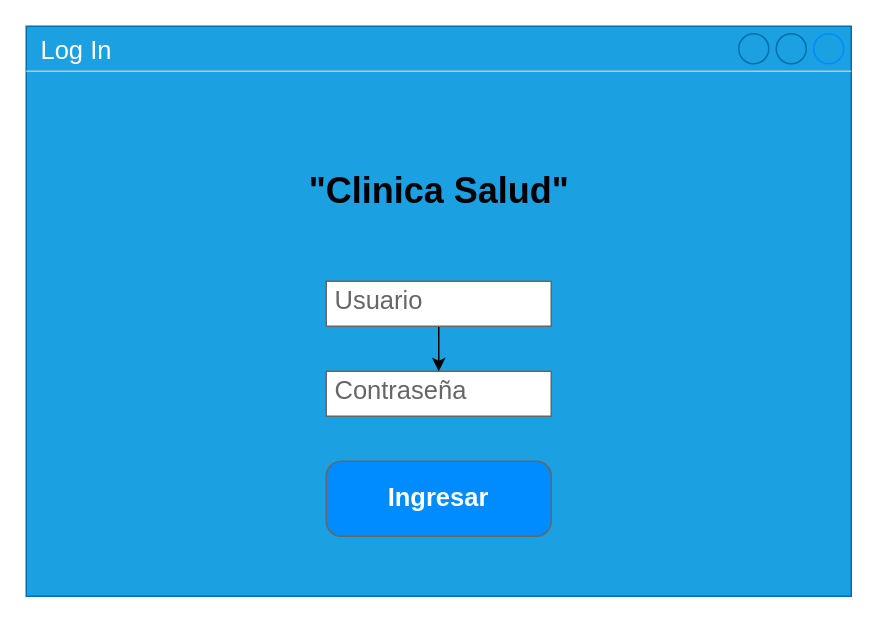
ecadiz123/ProyectoAvaloniaProgra2 keeps this draw.io diagram as Ventanas/MockUp/LogIn.drawio. Above is the earlier version. Source tidied: cells renumbered, new cells numbered last; positions are measured from the earlier drawing's top-left corner, leaving out a move shared by most shapes. Both pictures are drawn from the tidied source at 150%, with x=0, y=0 at pixel (26, 26).
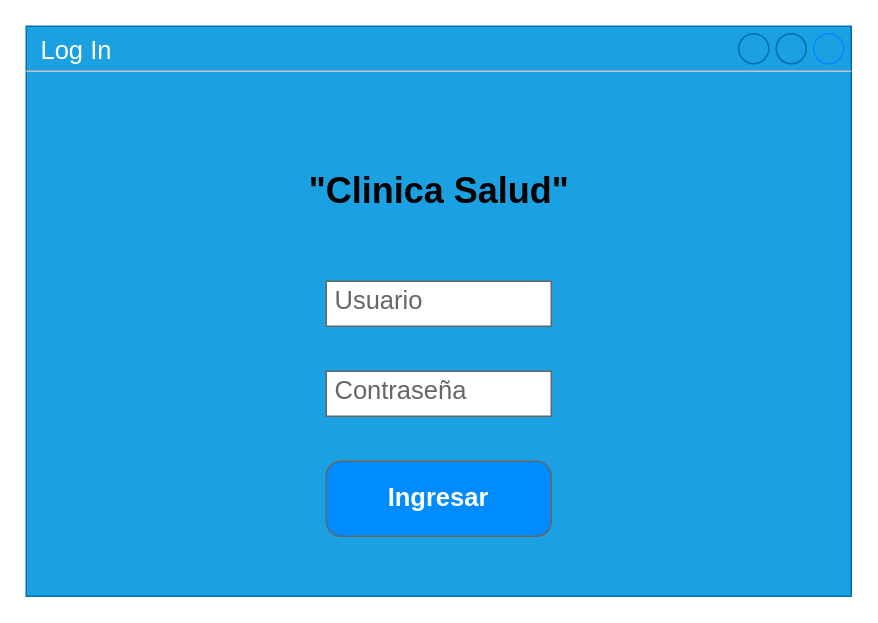
The same page after the edit.

What changed in the source:
```diff
@@
 <mxGraphModel>
   <root>
     <mxCell id="0" />
     <mxCell id="1" parent="0" />
     <mxCell id="2" value="Log In" style="strokeWidth=1;shadow=0;dashed=0;align=center;html=1;shape=mxgraph.mockup.containers.window;align=left;verticalAlign=top;spacingLeft=8;strokeColor2=#008cff;strokeColor3=#c4c4c4;mainText=;fontSize=17;labelBackgroundColor=none;whiteSpace=wrap;fillColor=#1ba1e2;fontColor=#ffffff;strokeColor=#006EAF;" parent="1" vertex="1">
       <mxGeometry width="550" height="380" as="geometry" />
     </mxCell>
     <mxCell id="3" value="Contraseña" style="strokeWidth=1;shadow=0;dashed=0;align=center;html=1;shape=mxgraph.mockup.text.textBox;fontColor=#666666;align=left;fontSize=17;spacingLeft=4;spacingTop=-3;whiteSpace=wrap;strokeColor=#666666;mainText=;" parent="1" vertex="1">
       <mxGeometry x="200" y="230" width="150" height="30" as="geometry" />
     </mxCell>
-    <mxCell id="4" style="edgeStyle=orthogonalEdgeStyle;rounded=0;jettySize=auto;html=1;" parent="1" edge="1" source="5" target="3">
-      <mxGeometry relative="1" as="geometry" />
-    </mxCell>
     <mxCell id="5" value="Usuario" style="strokeWidth=1;shadow=0;dashed=0;align=center;html=1;shape=mxgraph.mockup.text.textBox;fontColor=#666666;align=left;fontSize=17;spacingLeft=4;spacingTop=-3;whiteSpace=wrap;strokeColor=#666666;mainText=;" parent="1" vertex="1">
       <mxGeometry x="200" y="170" width="150" height="30" as="geometry" />
     </mxCell>
     <mxCell id="6" value="Ingresar" style="strokeWidth=1;shadow=0;dashed=0;align=center;html=1;shape=mxgraph.mockup.buttons.button;strokeColor=#666666;fontColor=#ffffff;mainText=;buttonStyle=round;fontSize=17;fontStyle=1;fillColor=#008cff;whiteSpace=wrap;" parent="1" vertex="1">
       <mxGeometry x="200" y="290" width="150" height="50" as="geometry" />
     </mxCell>
     <mxCell id="7" value="&quot;Clinica Salud&quot;" style="text;strokeColor=none;fillColor=none;html=1;fontSize=24;fontStyle=1;verticalAlign=middle;align=center;" parent="1" vertex="1">
       <mxGeometry x="225" y="90" width="100" height="40" as="geometry" />
     </mxCell>
   </root>
 </mxGraphModel>
```
